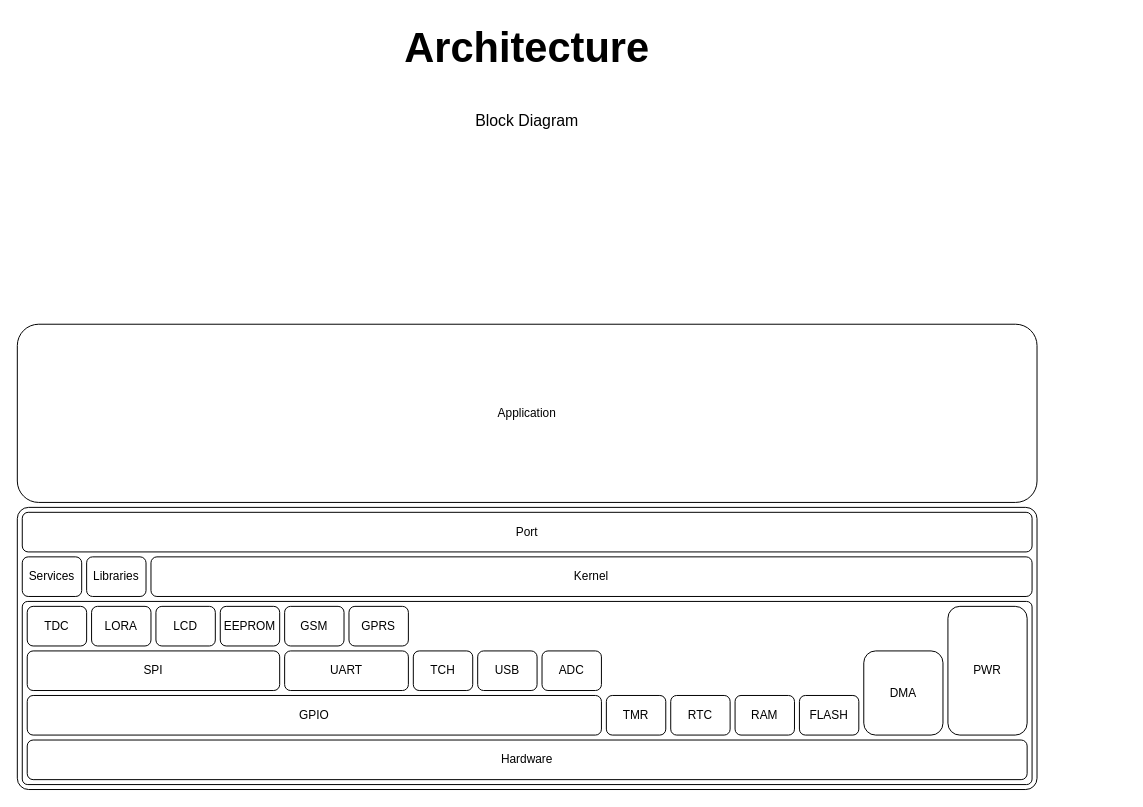
bassem-mostafa/Platform keeps this draw.io diagram as page "Architecture" (2 of 6) of Platform.drawio. Above is the earlier version. Source tidied: cells renumbered, new cells numbered last; positions are measured from the earlier drawing's top-left corner, leaving out a move shared by most shapes. Both pictures are drawn from the tidied source at 99%, with x=0, y=0 at pixel (17, 17).
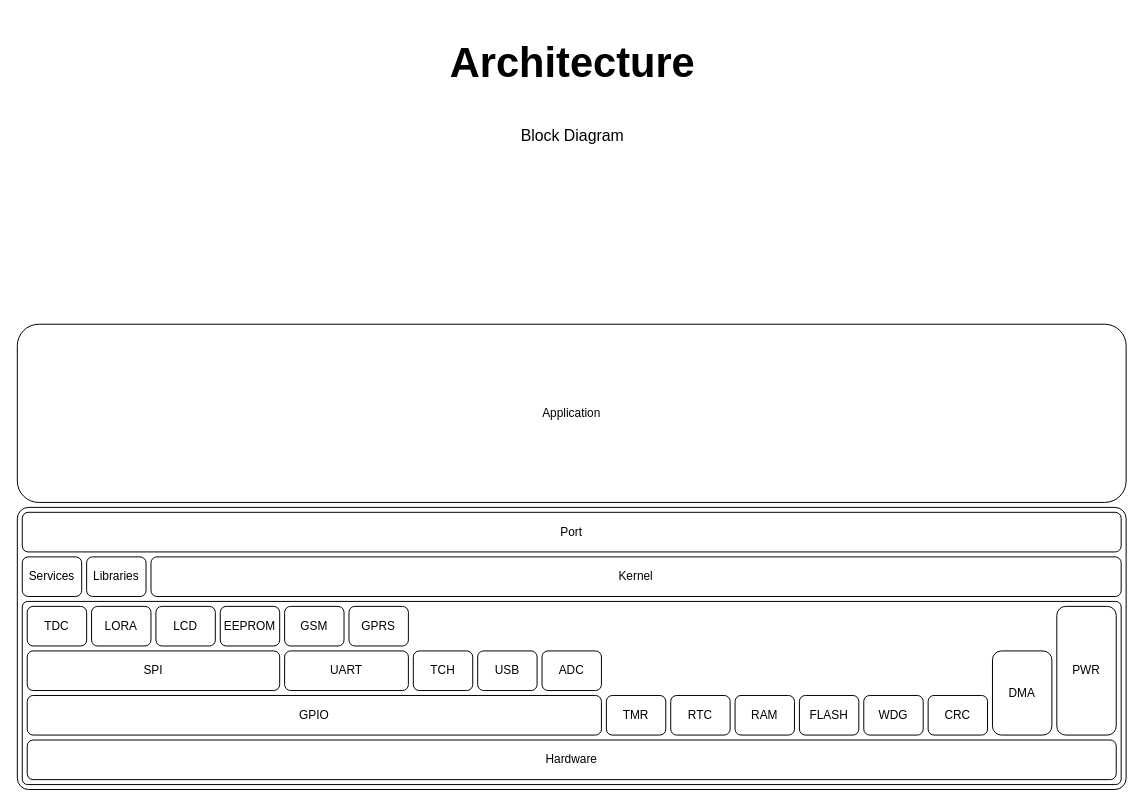
After the change.

Diff of the diagram source:
```diff
@@
     <mxCell id="2" style="rounded=1;whiteSpace=wrap;html=1;fillColor=default;arcSize=4;" parent="1" vertex="1">
-      <mxGeometry y="495" width="1030" height="285" as="geometry" />
+      <mxGeometry y="495" width="1120" height="285" as="geometry" />
     </mxCell>
     <mxCell id="3" style="rounded=1;whiteSpace=wrap;html=1;fillColor=default;arcSize=3;" parent="1" vertex="1">
-      <mxGeometry x="5" y="590" width="1020" height="185" as="geometry" />
+      <mxGeometry x="5" y="590" width="1110" height="185" as="geometry" />
     </mxCell>
     <mxCell id="4" value="&lt;h1 style=&quot;margin-top: 0px; font-size: 42px;&quot;&gt;Architecture&lt;/h1&gt;&lt;p style=&quot;font-size: 26px;&quot;&gt;&lt;font style=&quot;font-size: 16px;&quot;&gt;Block Diagram&lt;br&gt;&lt;br&gt;&lt;/font&gt;&lt;/p&gt;" style="text;html=1;whiteSpace=wrap;overflow=hidden;rounded=0;align=center;" parent="1" vertex="1">
-      <mxGeometry x="155" width="720" height="180" as="geometry" />
+      <mxGeometry x="201" y="15" width="720" height="180" as="geometry" />
     </mxCell>
     <mxCell id="5" value="Hardware" style="rounded=1;whiteSpace=wrap;html=1;" parent="1" vertex="1">
-      <mxGeometry x="10" y="730" width="1010" height="40" as="geometry" />
+      <mxGeometry x="10" y="730" width="1100" height="40" as="geometry" />
     </mxCell>
@@
     <mxCell id="8" value="PWR" style="rounded=1;whiteSpace=wrap;html=1;" parent="1" vertex="1">
-      <mxGeometry x="940" y="595" width="80" height="130" as="geometry" />
+      <mxGeometry x="1050" y="595" width="60" height="130" as="geometry" />
     </mxCell>
@@
     <mxCell id="20" value="Kernel" style="rounded=1;whiteSpace=wrap;html=1;strokeWidth=1;" parent="1" vertex="1">
-      <mxGeometry x="135" y="545" width="890" height="40" as="geometry" />
+      <mxGeometry x="135" y="545" width="980" height="40" as="geometry" />
     </mxCell>
     <mxCell id="21" value="DMA" style="rounded=1;whiteSpace=wrap;html=1;" parent="1" vertex="1">
-      <mxGeometry x="855" y="640" width="80" height="85" as="geometry" />
+      <mxGeometry x="985" y="640" width="60" height="85" as="geometry" />
     </mxCell>
@@
     <mxCell id="27" value="Port" style="rounded=1;whiteSpace=wrap;html=1;strokeWidth=1;" parent="1" vertex="1">
-      <mxGeometry x="5" y="500" width="1020" height="40" as="geometry" />
+      <mxGeometry x="5" y="500" width="1110" height="40" as="geometry" />
     </mxCell>
     <mxCell id="28" value="Application" style="rounded=1;whiteSpace=wrap;html=1;strokeWidth=1;arcSize=12;" parent="1" vertex="1">
-      <mxGeometry y="310" width="1030" height="180" as="geometry" />
+      <mxGeometry y="310" width="1120" height="180" as="geometry" />
     </mxCell>
+    <mxCell id="29" value="WDG" style="rounded=1;whiteSpace=wrap;html=1;" parent="1" vertex="1">
+      <mxGeometry x="855" y="685" width="60" height="40" as="geometry" />
+    </mxCell>
+    <mxCell id="30" value="CRC" style="rounded=1;whiteSpace=wrap;html=1;" parent="1" vertex="1">
+      <mxGeometry x="920" y="685" width="60" height="40" as="geometry" />
+    </mxCell>
```
